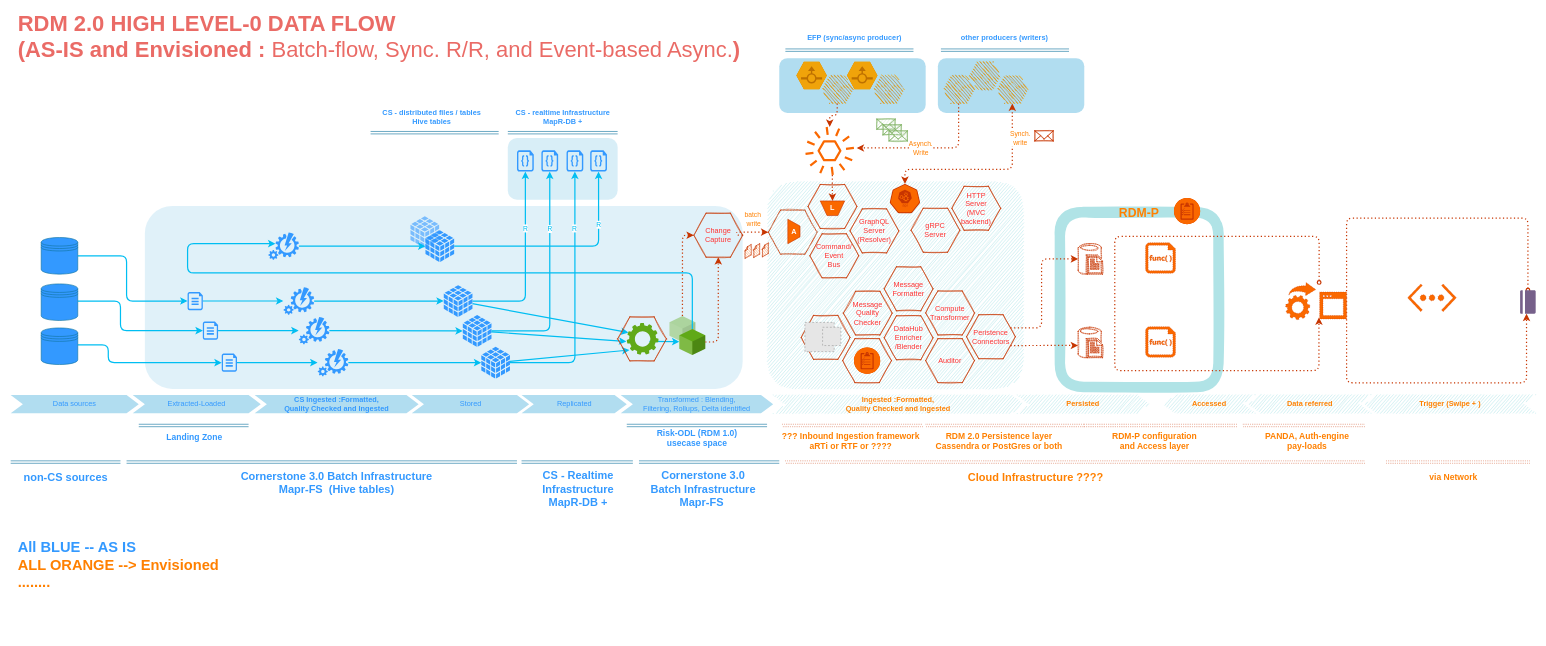
Earlier version of the draw.io diagram Dataflow.drawio (gaurjain/drawio). Source tidied: cells renumbered, new cells numbered last; positions are measured from the earlier drawing's top-left corner, leaving out a move shared by most shapes. Both pictures are drawn from the tidied source at 61%, with x=0, y=0 at pixel (10, 23). Pictures stored in the file or linked from it are replaced by grey dashed boxes.
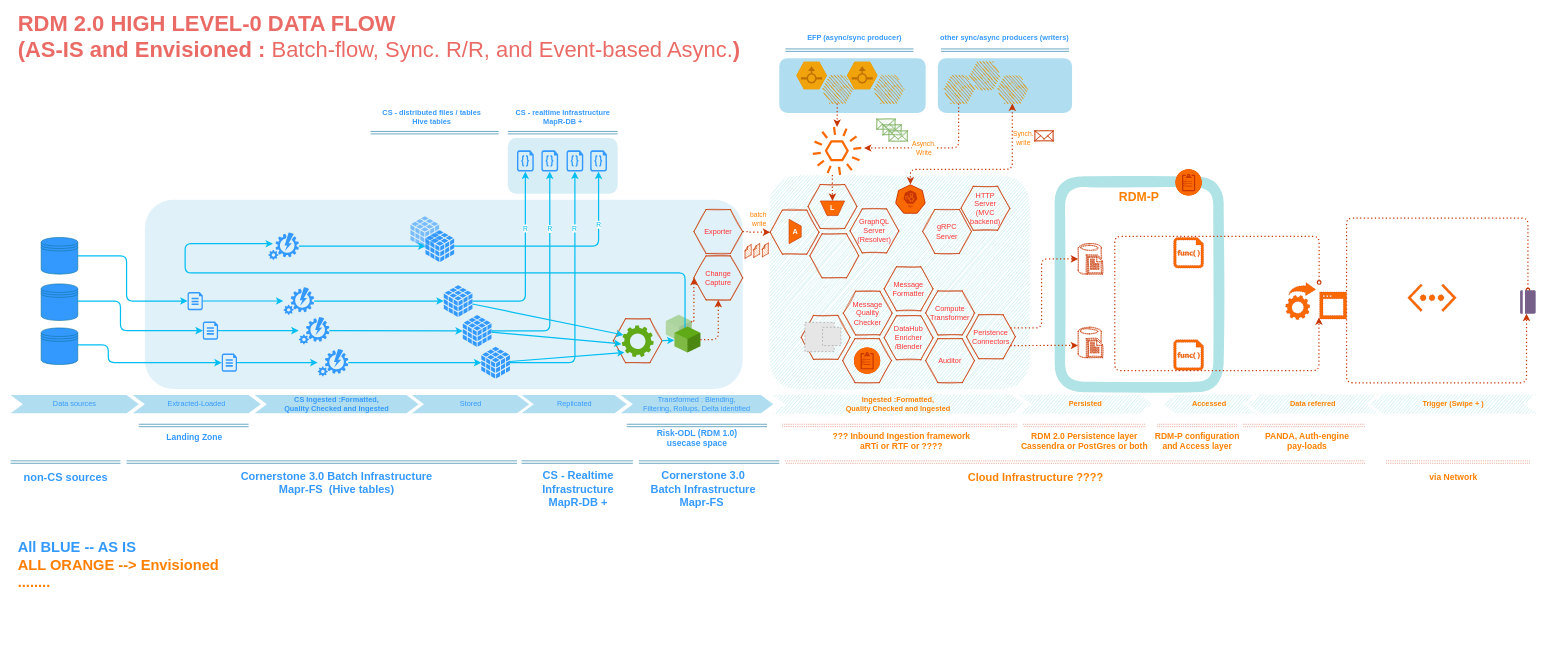
After the change.

The change refers to these unchanged cells:
```xml
<mxCell id="41" style="verticalLabelPosition=bottom;html=1;verticalAlign=top;align=center;shape=mxgraph.azure.automation;fontColor=#ffffff;strokeColor=none;fillColor=#3399FF;" parent="1" vertex="1">
  <mxGeometry x="422.5" y="343.5" width="50" height="45" as="geometry" />
</mxCell>
<mxCell id="126" style="verticalLabelPosition=bottom;html=1;fillColor=#f0a30a;strokeColor=#BD7000;verticalAlign=top;align=center;points=[[0,0.5,0],[0.125,0.25,0],[0.25,0,0],[0.5,0,0],[0.75,0,0],[0.875,0.25,0],[1,0.5,0],[0.875,0.75,0],[0.75,1,0],[0.5,1,0],[0.125,0.75,0]];shape=mxgraph.cisco_safe.compositeIcon;bgIcon=mxgraph.cisco_safe.design.blank_device;resIcon=mxgraph.cisco_safe.design.flow_sensor_2;sketch=1;flipV=1;fontColor=#ffffff;" parent="1" vertex="1">
  <mxGeometry x="1617" y="87.2" width="50" height="45" as="geometry" />
</mxCell>
```

Change to the diagram source:
```diff
@@
+    <mxCell id="7" style="rounded=1;whiteSpace=wrap;html=1;sketch=0;fillColor=#b1ddf0;strokeColor=none;opacity=40;" parent="1" vertex="1">
+      <mxGeometry x="220" y="290" width="980" height="310" as="geometry" />
+    </mxCell>
+    <mxCell id="161" style="shape=hexagon;perimeter=hexagonPerimeter2;whiteSpace=wrap;html=1;fixedSize=1;strokeColor=#C73500;sketch=1;fillColor=none;fontColor=#FF3333;" parent="1" vertex="1">
+      <mxGeometry x="988" y="485" width="80" height="72.1" as="geometry" />
+    </mxCell>
+    <mxCell id="4" style="rounded=1;whiteSpace=wrap;html=1;sketch=1;fillColor=#b0e3e6;strokeColor=none;" parent="1" vertex="1">
+      <mxGeometry x="1244" y="250" width="426" height="350" as="geometry" />
+    </mxCell>
     <mxCell id="2" style="shape=hexagon;perimeter=hexagonPerimeter2;whiteSpace=wrap;html=1;fixedSize=1;strokeColor=#C73500;sketch=1;fontColor=#ffffff;fillColor=none;" parent="1" vertex="1">
-      <mxGeometry x="1242.1" y="307" width="80" height="72.1" as="geometry" />
+      <mxGeometry x="1245.1" y="307" width="80" height="72.1" as="geometry" />
     </mxCell>
     <mxCell id="3" style="rounded=1;whiteSpace=wrap;html=1;sketch=0;fillColor=#b1ddf0;strokeColor=none;" parent="1" vertex="1">
-      <mxGeometry x="1520" y="57.8" width="240" height="90" as="geometry" />
+      <mxGeometry x="1520" y="57.8" width="220" height="90" as="geometry" />
     </mxCell>
-    <mxCell id="4" style="rounded=1;whiteSpace=wrap;html=1;sketch=1;fillColor=#b0e3e6;strokeColor=none;" parent="1" vertex="1">
-      <mxGeometry x="1240" y="260" width="420" height="340" as="geometry" />
-    </mxCell>
@@
     <mxCell id="6" value="&lt;b style=&quot;font-size: 20px&quot;&gt;&lt;font style=&quot;font-size: 20px&quot;&gt;RDM-P&lt;br&gt;&lt;br&gt;&lt;br&gt;&lt;br&gt;&lt;br&gt;&lt;br&gt;&lt;br&gt;&lt;br&gt;&lt;br&gt;&lt;br&gt;&lt;br&gt;&lt;br&gt;&lt;br&gt;&lt;/font&gt;&lt;/b&gt;" style="rounded=1;whiteSpace=wrap;html=1;sketch=1;strokeWidth=17;fillColor=none;fontColor=#FF8000;strokeColor=#B0E3E6;" parent="1" vertex="1">
-      <mxGeometry x="1720" y="310" width="260" height="287" as="geometry" />
+      <mxGeometry x="1720" y="260" width="260" height="337" as="geometry" />
     </mxCell>
-    <mxCell id="7" style="rounded=1;whiteSpace=wrap;html=1;sketch=0;fillColor=#b1ddf0;strokeColor=none;opacity=40;" parent="1" vertex="1">
-      <mxGeometry x="220" y="300" width="980" height="300" as="geometry" />
-    </mxCell>
     <mxCell id="8" value="&lt;font&gt;gRPC &lt;br&gt;Server&lt;/font&gt;" style="shape=hexagon;perimeter=hexagonPerimeter2;whiteSpace=wrap;html=1;fixedSize=1;strokeColor=#C73500;sketch=1;fillColor=none;fontColor=#FF3333;" parent="1" vertex="1">
-      <mxGeometry x="1476" y="303.9" width="80" height="72.1" as="geometry" />
+      <mxGeometry x="1495" y="305.9" width="80" height="72.1" as="geometry" />
     </mxCell>
@@
     <mxCell id="10" style="verticalLabelPosition=bottom;verticalAlign=top;html=1;shape=mxgraph.infographic.shadedCube;isoAngle=15;fillColor=#60a917;fontColor=#ffffff;strokeColor=none;shadow=0;opacity=40;" parent="1" vertex="1">
-      <mxGeometry x="1080" y="480.6" width="42.5" height="42.5" as="geometry" />
+      <mxGeometry x="1074" y="478.6" width="42.5" height="42.5" as="geometry" />
     </mxCell>
@@
     <mxCell id="13" style="rounded=1;whiteSpace=wrap;html=1;sketch=0;fillColor=#b1ddf0;strokeColor=none;opacity=50;" parent="1" vertex="1">
-      <mxGeometry x="815" y="188.9" width="180" height="101.1" as="geometry" />
+      <mxGeometry x="815" y="188.9" width="180" height="91.1" as="geometry" />
     </mxCell>
@@
-    <mxCell id="42" style="edgeStyle=orthogonalEdgeStyle;rounded=1;jettySize=auto;html=1;strokeWidth=2;entryX=0.23;entryY=0.41;entryDx=0;entryDy=0;entryPerimeter=0;shadow=0;sketch=0;fillColor=#1ba1e2;strokeColor=#00BEF2;exitX=0.5;exitY=0;exitDx=0;exitDy=0;exitPerimeter=0;" parent="1" edge="1" source="43" target="41">
+    <mxCell id="42" style="edgeStyle=orthogonalEdgeStyle;rounded=1;orthogonalLoop=1;jettySize=auto;html=1;strokeWidth=2;entryX=0.23;entryY=0.41;entryDx=0;entryDy=0;entryPerimeter=0;shadow=0;sketch=0;fillColor=#1ba1e2;strokeColor=#00BEF2;exitX=0.5;exitY=0;exitDx=0;exitDy=0;exitPerimeter=0;" parent="1" edge="1">
       <mxGeometry relative="1" as="geometry">
+        <mxPoint x="1105.5" y="501.9" as="sourcePoint" />
+        <mxPoint x="430" y="362" as="targetPoint" />
         <Array as="points">
-          <mxPoint x="1117" y="410" />
-          <mxPoint x="290" y="410" />
-          <mxPoint x="290" y="362" />
+          <mxPoint x="1105" y="410" />
+          <mxPoint x="286" y="410" />
+          <mxPoint x="286" y="362" />
         </Array>
       </mxGeometry>
     </mxCell>
     <mxCell id="43" style="verticalLabelPosition=bottom;verticalAlign=top;html=1;shape=mxgraph.infographic.shadedCube;isoAngle=15;fillColor=#60a917;fontColor=#ffffff;strokeColor=none;" parent="1" vertex="1">
-      <mxGeometry x="1096.2" y="501.9" width="42.5" height="42.5" as="geometry" />
+      <mxGeometry x="1088.2" y="497.9" width="42.5" height="42.5" as="geometry" />
     </mxCell>
@@
-    <mxCell id="46" style="edgeStyle=none;rounded=0;jettySize=auto;html=1;strokeWidth=2;fillColor=#1ba1e2;strokeColor=#00BEF2;exitX=0.715;exitY=0.578;exitDx=0;exitDy=0;exitPerimeter=0;" parent="1" edge="1" source="47" target="43">
+    <mxCell id="46" style="edgeStyle=none;rounded=0;jettySize=auto;html=1;strokeWidth=2;fillColor=#1ba1e2;strokeColor=#00BEF2;exitX=1;exitY=0.5;exitDx=0;exitDy=0;" parent="1" edge="1" source="161" target="43">
       <mxGeometry relative="1" as="geometry" />
     </mxCell>
     <mxCell id="47" style="html=1;shadow=0;align=center;verticalAlign=top;fillColor=#60a917;shape=mxgraph.gcp2.gear;fontColor=#ffffff;strokeColor=none;" parent="1" vertex="1">
-      <mxGeometry x="1010" y="491.9" width="52" height="52" as="geometry" />
+      <mxGeometry x="1002" y="495.9" width="52" height="52" as="geometry" />
     </mxCell>
@@
     <mxCell id="62" value="Persisted" style="shape=step;perimeter=stepPerimeter;whiteSpace=wrap;html=1;fixedSize=1;fillColor=#b0e3e6;fontStyle=1;dashed=1;dashPattern=1 2;sketch=1;strokeColor=none;fontColor=#FF8000;" parent="1" vertex="1">
-      <mxGeometry x="1650" y="610" width="216" height="30" as="geometry" />
+      <mxGeometry x="1654" y="610" width="216" height="30" as="geometry" />
     </mxCell>
     <mxCell id="63" style="shape=link;html=1;fillColor=#fa6800;strokeColor=#C73500;fontColor=#006600;dashed=1;dashPattern=1 2;fontSize=14;" parent="1" edge="1">
       <mxGeometry relative="1" as="geometry">
-        <mxPoint x="1500" y="660" as="sourcePoint" />
-        <mxPoint x="1760" y="660" as="targetPoint" />
+        <mxPoint x="1660" y="660" as="sourcePoint" />
+        <mxPoint x="1860" y="660" as="targetPoint" />
       </mxGeometry>
     </mxCell>
     <mxCell id="64" style="shape=link;html=1;fillColor=#fa6800;fontColor=#006600;strokeColor=#C73500;dashed=1;dashPattern=1 2;fontSize=14;" parent="1" edge="1">
       <mxGeometry relative="1" as="geometry">
         <mxPoint x="1265" y="660" as="sourcePoint" />
-        <mxPoint x="1495" y="660" as="targetPoint" />
+        <mxPoint x="1650" y="660" as="targetPoint" />
       </mxGeometry>
     </mxCell>
     <mxCell id="65" value="??? Inbound Ingestion framework&lt;br style=&quot;font-size: 14px;&quot;&gt;aRTi or RTF or ????" style="text;html=1;align=center;verticalAlign=middle;fontColor=#FF8000;fontStyle=1;fontSize=14;" parent="1" vertex="1">
-      <mxGeometry x="1256.5" y="665" width="240" height="40" as="geometry" />
+      <mxGeometry x="1340" y="665" width="240" height="40" as="geometry" />
     </mxCell>
     <mxCell id="66" value="RDM 2.0 Persistence layer&lt;br style=&quot;font-size: 14px;&quot;&gt;Cassendra or PostGres or both" style="text;html=1;align=center;verticalAlign=middle;fontColor=#FF8000;fontStyle=1;fontSize=14;" parent="1" vertex="1">
-      <mxGeometry x="1510" y="665" width="220" height="40" as="geometry" />
+      <mxGeometry x="1650" y="665" width="220" height="40" as="geometry" />
     </mxCell>
@@
     <mxCell id="89" value="Data referred" style="shape=step;perimeter=stepPerimeter;whiteSpace=wrap;html=1;fixedSize=1;fillColor=#b0e3e6;fontStyle=1;dashed=1;dashPattern=1 2;sketch=1;strokeColor=none;fontColor=#FF8000;direction=west;" parent="1" vertex="1">
-      <mxGeometry x="2030" y="610" width="200" height="30" as="geometry" />
+      <mxGeometry x="2030" y="610" width="210" height="30" as="geometry" />
     </mxCell>
     <mxCell id="90" style="shape=link;html=1;fillColor=#fa6800;strokeColor=#C73500;fontColor=#006600;dashed=1;dashPattern=1 2;fontSize=14;" parent="1" edge="1">
       <mxGeometry relative="1" as="geometry">
-        <mxPoint x="1760" y="660" as="sourcePoint" />
+        <mxPoint x="1880" y="660" as="sourcePoint" />
         <mxPoint x="2010" y="660" as="targetPoint" />
       </mxGeometry>
     </mxCell>
     <mxCell id="91" value="RDM-P configuration &lt;br style=&quot;font-size: 14px;&quot;&gt;and Access layer" style="text;html=1;align=center;verticalAlign=middle;fontColor=#FF8000;fontStyle=1;fontSize=14;" parent="1" vertex="1">
-      <mxGeometry x="1800" y="665" width="150" height="40" as="geometry" />
+      <mxGeometry x="1870" y="665" width="150" height="40" as="geometry" />
     </mxCell>
@@
     <mxCell id="94" style="shadow=0;dashed=1;html=1;labelPosition=center;verticalLabelPosition=bottom;verticalAlign=top;align=center;shape=mxgraph.mscae.enterprise.code_file;labelBackgroundColor=none;sketch=0;fontColor=#ffffff;dashPattern=1 2;strokeColor=#C73500;fillColor=#fa6800;" parent="1" vertex="1">
-      <mxGeometry x="1860.5" y="498.1" width="49" height="50" as="geometry" />
+      <mxGeometry x="1906.5" y="519.5" width="49" height="50" as="geometry" />
     </mxCell>
@@
     <mxCell id="97" value="Trigger (Swipe + )" style="shape=step;perimeter=stepPerimeter;whiteSpace=wrap;html=1;fixedSize=1;fillColor=#b0e3e6;fontStyle=1;dashed=1;dashPattern=1 2;sketch=1;strokeColor=none;fontColor=#FF8000;direction=west;" parent="1" vertex="1">
-      <mxGeometry x="2220" y="610" width="280" height="30" as="geometry" />
+      <mxGeometry x="2230" y="610" width="270" height="30" as="geometry" />
     </mxCell>
@@
     <mxCell id="108" style="html=1;dashed=0;whitespace=wrap;points=[[0.005,0.63,0],[0.1,0.2,0],[0.9,0.2,0],[0.5,0,0],[0.995,0.63,0],[0.72,0.99,0],[0.5,1,0],[0.28,0.99,0]];shape=mxgraph.kubernetes.icon;prIcon=api;sketch=0;fontColor=#ffffff;strokeColor=#C73500;fillColor=#fa6800;" parent="1" vertex="1">
-      <mxGeometry x="1441" y="264" width="50" height="48" as="geometry" />
+      <mxGeometry x="1450" y="264.9" width="50" height="48" as="geometry" />
     </mxCell>
     <mxCell id="109" style="edgeStyle=orthogonalEdgeStyle;rounded=1;jettySize=auto;html=1;dashed=1;dashPattern=1 2;fillColor=#fa6800;strokeColor=#C73500;strokeWidth=2;entryX=0.5;entryY=0;entryDx=0;entryDy=0;entryPerimeter=0;startArrow=classic;startFill=1;exitX=0.5;exitY=0;exitDx=0;exitDy=0;exitPerimeter=0;" parent="1" edge="1" source="126" target="108">
       <mxGeometry relative="1" as="geometry">
         <Array as="points">
           <mxPoint x="1642" y="240" />
-          <mxPoint x="1466" y="240" />
+          <mxPoint x="1475" y="240" />
         </Array>
       </mxGeometry>
     </mxCell>
@@
-    <mxCell id="114" value="EFP (sync/async producer)" style="text;html=1;align=center;verticalAlign=middle;fontStyle=1;fontColor=#3399FF;" parent="1" vertex="1">
+    <mxCell id="114" value="EFP (async/sync producer)" style="text;html=1;align=center;verticalAlign=middle;fontStyle=1;fontColor=#3399FF;" parent="1" vertex="1">
       <mxGeometry x="1298" y="14.7" width="170" height="20" as="geometry" />
     </mxCell>
@@
-    <mxCell id="119" value="other producers (writers)" style="text;html=1;align=center;verticalAlign=middle;fontStyle=1;fontColor=#3399FF;" parent="1" vertex="1">
-      <mxGeometry x="1549" y="14.7" width="160" height="20" as="geometry" />
+    <mxCell id="119" value="other sync/async producers (writers)" style="text;html=1;align=center;verticalAlign=middle;fontStyle=1;fontColor=#3399FF;" parent="1" vertex="1">
+      <mxGeometry x="1514" y="14.7" width="230" height="20" as="geometry" />
     </mxCell>
     <mxCell id="120" style="outlineConnect=0;dashed=0;verticalLabelPosition=bottom;verticalAlign=top;align=center;html=1;fontSize=12;fontStyle=0;shape=mxgraph.aws4.event;sketch=0;fontColor=#ffffff;strokeColor=#C73500;fillColor=#fa6800;" parent="1" vertex="1">
-      <mxGeometry x="1302.8" y="170" width="79.8" height="79.8" as="geometry" />
+      <mxGeometry x="1314.8" y="170" width="79.8" height="79.8" as="geometry" />
     </mxCell>
@@
     <mxCell id="130" value="&lt;font style=&quot;font-size: 12px&quot;&gt;&lt;b&gt;A&lt;/b&gt;&lt;/font&gt;" style="strokeWidth=1;dashed=0;align=center;html=1;fontSize=8;shape=mxgraph.eip.channel_adapter;shadow=0;sketch=0;direction=east;strokeColor=#C73500;fillColor=#fa6800;fontColor=#ffffff;" parent="1" vertex="1">
-      <mxGeometry x="1274" y="322" width="20" height="40" as="geometry" />
+      <mxGeometry x="1276" y="322" width="20" height="40" as="geometry" />
     </mxCell>
     <mxCell id="131" style="edgeStyle=orthogonalEdgeStyle;rounded=1;sketch=0;jettySize=auto;html=1;shadow=0;strokeWidth=2;labelBackgroundColor=none;fontColor=#EA6B66;fillColor=#fa6800;dashed=1;dashPattern=1 2;strokeColor=#C73500;exitX=1;exitY=0.5;exitDx=0;exitDy=0;entryX=0;entryY=0.5;entryDx=0;entryDy=0;" parent="1" edge="1" source="158" target="2">
       <mxGeometry relative="1" as="geometry">
         <Array as="points">
-          <mxPoint x="1190" y="343" />
+          <mxPoint x="1210" y="343" />
+          <mxPoint x="1210" y="343" />
         </Array>
       </mxGeometry>
     </mxCell>
     <mxCell id="132" value="batch&amp;nbsp;&lt;br&gt;write" style="edgeLabel;html=1;align=center;verticalAlign=middle;fontColor=#FF8000;" parent="131" vertex="1">
       <mxGeometry x="-0.24" y="1" relative="1" as="geometry">
-        <mxPoint x="17.6" y="-20.1" as="offset" />
+        <mxPoint x="9.2" y="-20.1" as="offset" />
       </mxGeometry>
     </mxCell>
@@
-    <mxCell id="137" style="edgeStyle=orthogonalEdgeStyle;rounded=1;sketch=0;jettySize=auto;html=1;shadow=0;strokeWidth=2;labelBackgroundColor=none;fontColor=#EA6B66;fillColor=#fa6800;dashed=1;dashPattern=1 2;strokeColor=#C73500;exitX=0;exitY=0;exitDx=42.5;exitDy=21.25;exitPerimeter=0;entryX=0.5;entryY=1;entryDx=0;entryDy=0;" parent="1" edge="1" source="43" target="158">
-      <mxGeometry relative="1" as="geometry" />
-    </mxCell>
-    <mxCell id="138" style="rounded=1;sketch=0;jettySize=auto;html=1;shadow=0;strokeWidth=2;labelBackgroundColor=none;fontColor=#EA6B66;fillColor=#fa6800;dashed=1;dashPattern=1 2;strokeColor=#C73500;exitX=0.5;exitY=0;exitDx=0;exitDy=0;exitPerimeter=0;entryX=0;entryY=0.5;entryDx=0;entryDy=0;edgeStyle=orthogonalEdgeStyle;" parent="1" edge="1" source="10" target="158">
+    <mxCell id="138" style="rounded=1;sketch=0;jettySize=auto;html=1;shadow=0;strokeWidth=2;labelBackgroundColor=none;fontColor=#EA6B66;fillColor=#fa6800;dashed=1;dashPattern=1 2;strokeColor=#C73500;exitX=0;exitY=0;exitDx=42.5;exitDy=10.20334726090493;exitPerimeter=0;entryX=0;entryY=0.5;entryDx=0;entryDy=0;edgeStyle=orthogonalEdgeStyle;" parent="1" edge="1" source="10" target="162">
       <mxGeometry relative="1" as="geometry">
         <Array as="points">
-          <mxPoint x="1101" y="348" />
+          <mxPoint x="1120" y="491" />
         </Array>
       </mxGeometry>
     </mxCell>
     <mxCell id="139" style="shadow=0;dashed=1;html=1;labelPosition=center;verticalLabelPosition=bottom;verticalAlign=top;align=center;shape=mxgraph.mscae.enterprise.code_file;labelBackgroundColor=none;sketch=0;fontColor=#ffffff;dashPattern=1 2;strokeColor=#C73500;fillColor=#fa6800;" parent="1" vertex="1">
-      <mxGeometry x="1860.5" y="360.4" width="49" height="50" as="geometry" />
+      <mxGeometry x="1906.5" y="351.9" width="49" height="50" as="geometry" />
     </mxCell>
     <mxCell id="140" style="fillColor=#fa6800;verticalLabelPosition=bottom;html=1;verticalAlign=top;align=center;shape=mxgraph.cisco_safe.compositeIcon;bgIcon=ellipse;resIcon=mxgraph.cisco_safe.capability.policy_configuration;dashed=1;dashPattern=1 2;labelBackgroundColor=none;sketch=0;fontColor=#ffffff;strokeColor=#C73500;" parent="1" vertex="1">
-      <mxGeometry x="1907" y="287" width="43" height="43" as="geometry" />
+      <mxGeometry x="1909.5" y="240" width="43" height="43" as="geometry" />
     </mxCell>
@@
-    <mxCell id="148" value="Command/&lt;br&gt;Event&lt;br&gt;Bus" style="shape=hexagon;perimeter=hexagonPerimeter2;whiteSpace=wrap;html=1;fixedSize=1;strokeColor=#C73500;sketch=1;fillColor=none;fontColor=#FF3333;" parent="1" vertex="1">
+    <mxCell id="148" style="shape=hexagon;perimeter=hexagonPerimeter2;whiteSpace=wrap;html=1;fixedSize=1;strokeColor=#C73500;sketch=1;fillColor=none;fontColor=#FF3333;" parent="1" vertex="1">
       <mxGeometry x="1310.2" y="345.8" width="80" height="72.1" as="geometry" />
     </mxCell>
     <mxCell id="149" value="HTTP&lt;br&gt;Server&lt;br&gt;(MVC backend)" style="shape=hexagon;perimeter=hexagonPerimeter2;whiteSpace=wrap;html=1;fixedSize=1;strokeColor=#C73500;sketch=1;fillColor=none;fontColor=#FF3333;" parent="1" vertex="1">
-      <mxGeometry x="1543" y="267.9" width="80" height="72.1" as="geometry" />
+      <mxGeometry x="1558" y="267.9" width="80" height="72.1" as="geometry" />
     </mxCell>
@@
-    <mxCell id="158" value="Change&lt;br&gt;Capture" style="shape=hexagon;perimeter=hexagonPerimeter2;whiteSpace=wrap;html=1;fixedSize=1;strokeColor=#C73500;sketch=1;fillColor=none;fontColor=#FF3333;" parent="1" vertex="1">
-      <mxGeometry x="1120" y="312" width="80" height="72.1" as="geometry" />
+    <mxCell id="158" value="Exporter" style="shape=hexagon;perimeter=hexagonPerimeter2;whiteSpace=wrap;html=1;fixedSize=1;strokeColor=#C73500;sketch=1;fillColor=none;fontColor=#FF3333;" parent="1" vertex="1">
+      <mxGeometry x="1120" y="306" width="80" height="72.1" as="geometry" />
     </mxCell>
@@
-    <mxCell id="161" style="shape=hexagon;perimeter=hexagonPerimeter2;whiteSpace=wrap;html=1;fixedSize=1;strokeColor=#C73500;sketch=1;fillColor=none;fontColor=#FF3333;" parent="1" vertex="1">
-      <mxGeometry x="995" y="482" width="80" height="72.1" as="geometry" />
-    </mxCell>
+    <mxCell id="162" value="Change&lt;br&gt;Capture" style="shape=hexagon;perimeter=hexagonPerimeter2;whiteSpace=wrap;html=1;fixedSize=1;strokeColor=#C73500;sketch=1;fillColor=none;fontColor=#FF3333;" parent="1" vertex="1">
+      <mxGeometry x="1120" y="382" width="80" height="72.1" as="geometry" />
+    </mxCell>
+    <mxCell id="163" style="edgeStyle=orthogonalEdgeStyle;rounded=1;sketch=0;jettySize=auto;html=1;shadow=0;strokeWidth=2;labelBackgroundColor=none;fontColor=#EA6B66;fillColor=#fa6800;dashed=1;dashPattern=1 2;strokeColor=#C73500;exitX=0;exitY=0;exitDx=42.5;exitDy=21.25;exitPerimeter=0;entryX=0.5;entryY=1;entryDx=0;entryDy=0;" parent="1" edge="1" source="43" target="162">
+      <mxGeometry relative="1" as="geometry" />
+    </mxCell>
```
